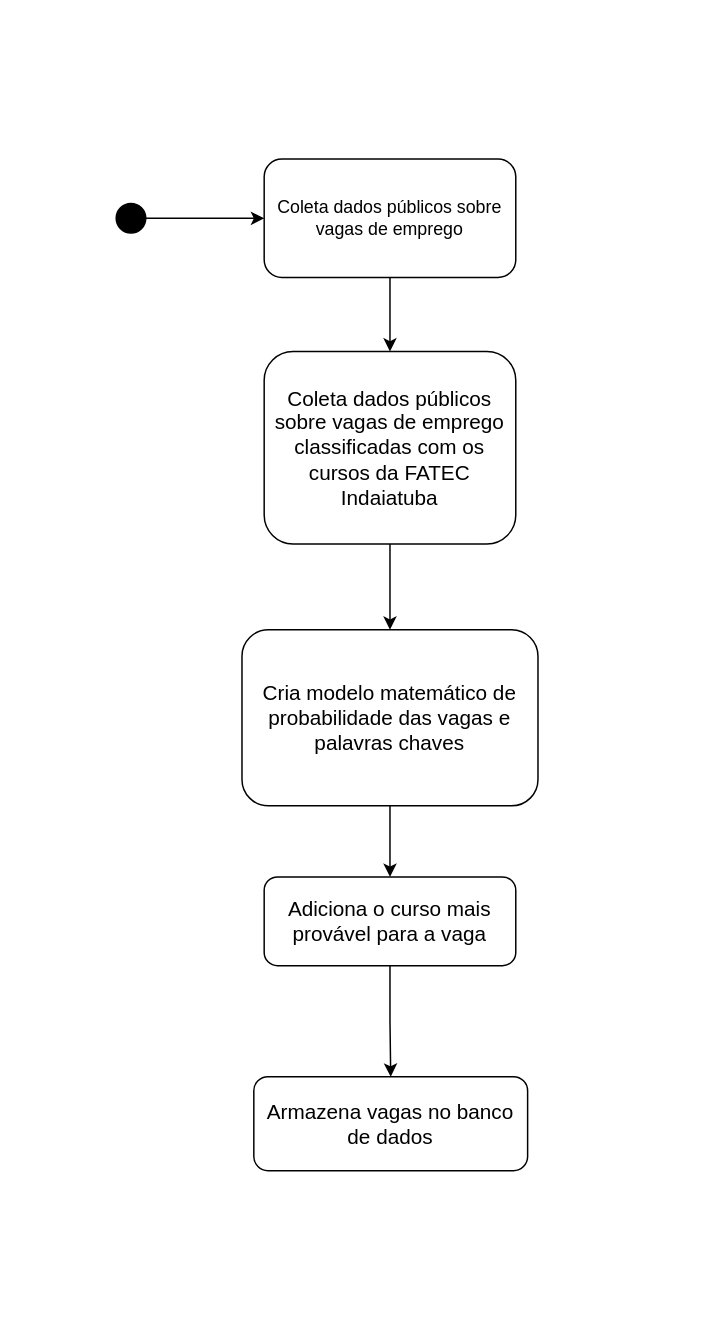
Earlier version of the draw.io diagram page "Backend" (4 of 4) of diagram/MER.drawio (YuriQueriquelli/fatec_tg). Source tidied: cells renumbered, new cells numbered last; positions are measured from the earlier drawing's top-left corner, leaving out a move shared by most shapes. Both pictures are drawn from the tidied source at 148%, with x=0, y=0 at pixel (115, 158).
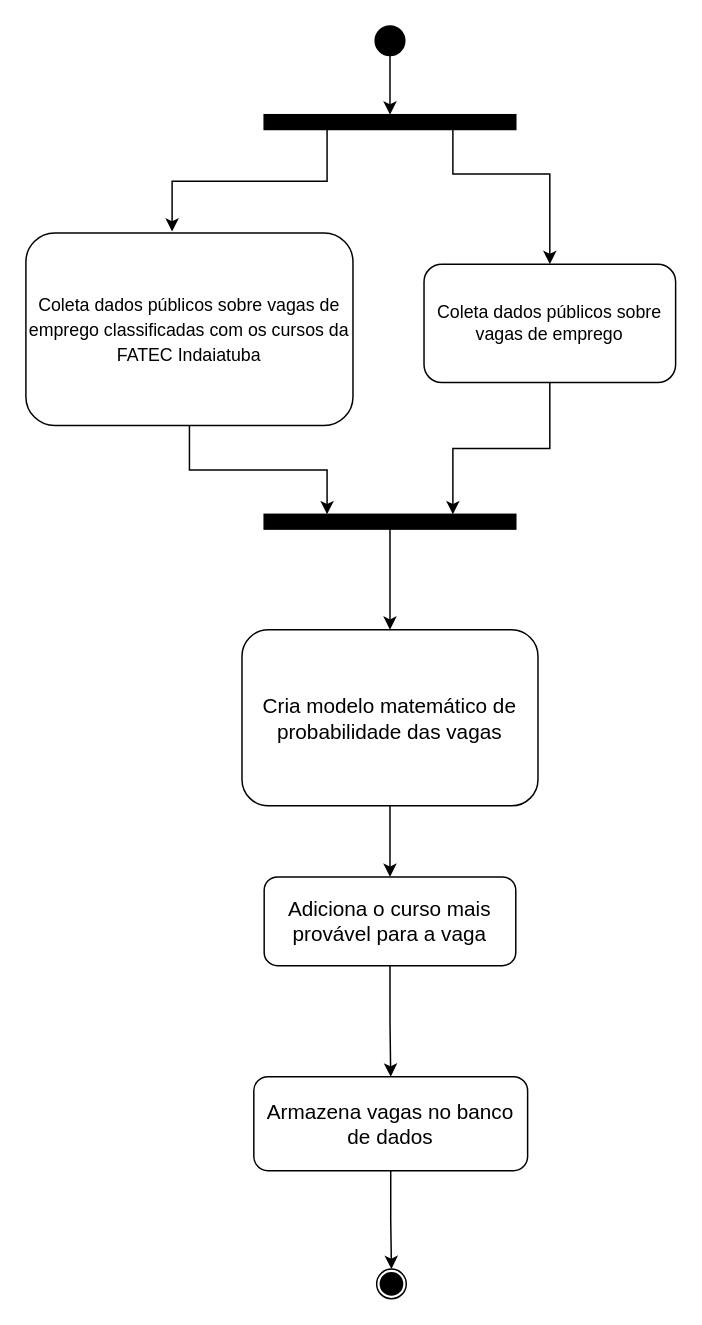
The same diagram, later.

The change refers to these unchanged cells:
```xml
<mxCell id="12" value="Armazena vagas no banco de dados" style="rounded=1;whiteSpace=wrap;html=1;fontSize=14;fillColor=#FFFFFF;" parent="1" vertex="1">
  <mxGeometry x="93" y="620" width="185" height="63.5" as="geometry" />
</mxCell>
```

What changed in the source:
```diff
@@
-    <mxCell id="2" style="edgeStyle=orthogonalEdgeStyle;rounded=0;jettySize=auto;html=1;entryX=0;entryY=0.5;entryDx=0;entryDy=0;" parent="1" edge="1" source="3" target="5">
-      <mxGeometry relative="1" as="geometry" />
-    </mxCell>
-    <mxCell id="3" style="ellipse;whiteSpace=wrap;html=1;fillColor=#000000;" parent="1" vertex="1">
-      <mxGeometry y="30" width="20" height="20" as="geometry" />
-    </mxCell>
-    <mxCell id="4" style="edgeStyle=orthogonalEdgeStyle;rounded=0;jettySize=auto;html=1;entryX=0.5;entryY=0;entryDx=0;entryDy=0;" parent="1" edge="1" source="5" target="7">
-      <mxGeometry relative="1" as="geometry" />
-    </mxCell>
+    <mxCell id="13" style="edgeStyle=orthogonalEdgeStyle;rounded=0;jettySize=auto;html=1;entryX=0.75;entryY=0;entryDx=0;entryDy=0;" parent="1" edge="1" source="5" target="22">
+      <mxGeometry relative="1" as="geometry" />
+    </mxCell>
     <mxCell id="5" value="Coleta dados públicos sobre vagas de emprego" style="rounded=1;whiteSpace=wrap;html=1;gradientColor=none;fillColor=#FFFFFF;" parent="1" vertex="1">
-      <mxGeometry x="100" width="170" height="80" as="geometry" />
+      <mxGeometry x="208" y="71" width="170" height="80" as="geometry" />
     </mxCell>
-    <mxCell id="6" style="edgeStyle=orthogonalEdgeStyle;rounded=0;jettySize=auto;html=1;" parent="1" edge="1" source="7" target="9">
-      <mxGeometry relative="1" as="geometry" />
-    </mxCell>
+    <mxCell id="14" style="edgeStyle=orthogonalEdgeStyle;rounded=0;jettySize=auto;html=1;entryX=0.25;entryY=0;entryDx=0;entryDy=0;" parent="1" edge="1" source="7" target="22">
+      <mxGeometry relative="1" as="geometry" />
+    </mxCell>
-    <mxCell id="7" value="Coleta dados públicos sobre vagas de emprego classificadas com os cursos da FATEC Indaiatuba" style="rounded=1;whiteSpace=wrap;html=1;fontSize=14;fillColor=#FFFFFF;" parent="1" vertex="1">
-      <mxGeometry x="100" y="130" width="170" height="130" as="geometry" />
+    <mxCell id="7" value="&lt;font style=&quot;font-size: 12px&quot;&gt;Coleta dados públicos sobre vagas de emprego classificadas com os cursos da FATEC Indaiatuba&lt;/font&gt;" style="rounded=1;whiteSpace=wrap;html=1;fontSize=14;fillColor=#FFFFFF;" parent="1" vertex="1">
+      <mxGeometry x="-61" y="50" width="221" height="130" as="geometry" />
     </mxCell>
@@
-    <mxCell id="9" value="Cria modelo &lt;span&gt;matemático&lt;/span&gt; de probabilidade das vagas e palavras chaves" style="rounded=1;whiteSpace=wrap;html=1;fontSize=14;fillColor=#FFFFFF;" parent="1" vertex="1">
+    <mxCell id="9" value="Cria modelo &lt;span&gt;matemático&lt;/span&gt; de probabilidade das vagas " style="rounded=1;whiteSpace=wrap;html=1;fontSize=14;fillColor=#FFFFFF;" parent="1" vertex="1">
       <mxGeometry x="85" y="318" width="200" height="119" as="geometry" />
     </mxCell>
@@
+    <mxCell id="15" style="edgeStyle=orthogonalEdgeStyle;rounded=0;jettySize=auto;html=1;entryX=0.5;entryY=0;entryDx=0;entryDy=0;" parent="1" edge="1" source="12" target="23">
+      <mxGeometry relative="1" as="geometry" />
+    </mxCell>
@@
+    <mxCell id="16" style="edgeStyle=orthogonalEdgeStyle;rounded=0;jettySize=auto;html=1;exitX=0.25;exitY=1;exitDx=0;exitDy=0;entryX=0.447;entryY=-0.008;entryDx=0;entryDy=0;entryPerimeter=0;" parent="1" edge="1" source="18" target="7">
+      <mxGeometry relative="1" as="geometry" />
+    </mxCell>
+    <mxCell id="17" style="edgeStyle=orthogonalEdgeStyle;rounded=0;jettySize=auto;html=1;exitX=0.75;exitY=1;exitDx=0;exitDy=0;entryX=0.5;entryY=0;entryDx=0;entryDy=0;" parent="1" edge="1" source="18" target="5">
+      <mxGeometry relative="1" as="geometry">
+        <Array as="points">
+          <mxPoint x="228" y="10" />
+          <mxPoint x="293" y="10" />
+        </Array>
+      </mxGeometry>
+    </mxCell>
+    <mxCell id="18" style="rounded=0;whiteSpace=wrap;html=1;fillColor=#000000;" parent="1" vertex="1">
+      <mxGeometry x="100" y="-30" width="170" height="10" as="geometry" />
+    </mxCell>
+    <mxCell id="19" style="edgeStyle=orthogonalEdgeStyle;rounded=0;jettySize=auto;html=1;entryX=0.5;entryY=0;entryDx=0;entryDy=0;" parent="1" edge="1" source="20" target="18">
+      <mxGeometry relative="1" as="geometry" />
+    </mxCell>
+    <mxCell id="20" style="ellipse;whiteSpace=wrap;html=1;fillColor=#000000;" parent="1" vertex="1">
+      <mxGeometry x="175" y="-90" width="20" height="20" as="geometry" />
+    </mxCell>
+    <mxCell id="21" style="edgeStyle=orthogonalEdgeStyle;rounded=0;jettySize=auto;html=1;entryX=0.5;entryY=0;entryDx=0;entryDy=0;" parent="1" edge="1" source="22" target="9">
+      <mxGeometry relative="1" as="geometry" />
+    </mxCell>
+    <mxCell id="22" style="rounded=0;whiteSpace=wrap;html=1;fillColor=#000000;" parent="1" vertex="1">
+      <mxGeometry x="100" y="240" width="170" height="10" as="geometry" />
+    </mxCell>
+    <mxCell id="23" style="ellipse;whiteSpace=wrap;html=1;fillColor=#FFFFFF;" parent="1" vertex="1">
+      <mxGeometry x="176" y="750" width="20" height="20" as="geometry" />
+    </mxCell>
+    <mxCell id="24" style="ellipse;whiteSpace=wrap;html=1;fillColor=#000000;" parent="1" vertex="1">
+      <mxGeometry x="178.5" y="752.5" width="15" height="15" as="geometry" />
+    </mxCell>
```
